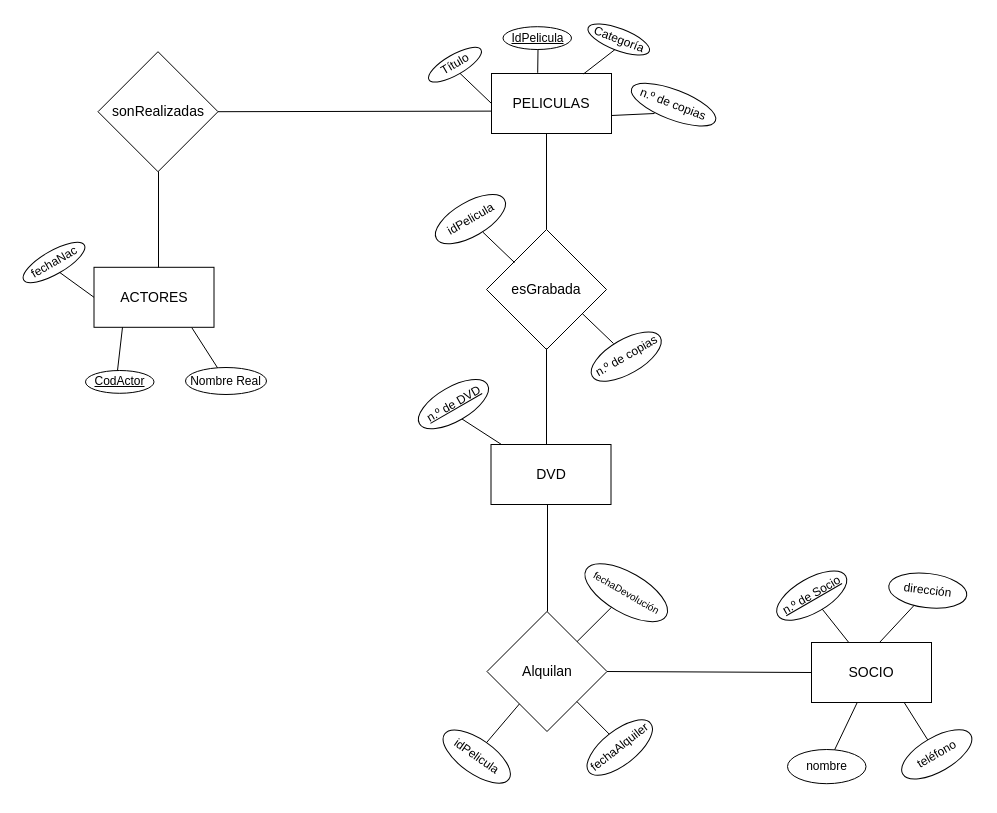
The draw.io diagram BBDD/T2-Normalizacion/Imágenes/modeloER.drawio in jmnoriegav01/Practica1, before the edit. Source tidied: cells renumbered, new cells numbered last; positions are measured from the earlier drawing's top-left corner, leaving out a move shared by most shapes. Both pictures are drawn from the tidied source at 100%, with x=0, y=0 at pixel (18, 26).
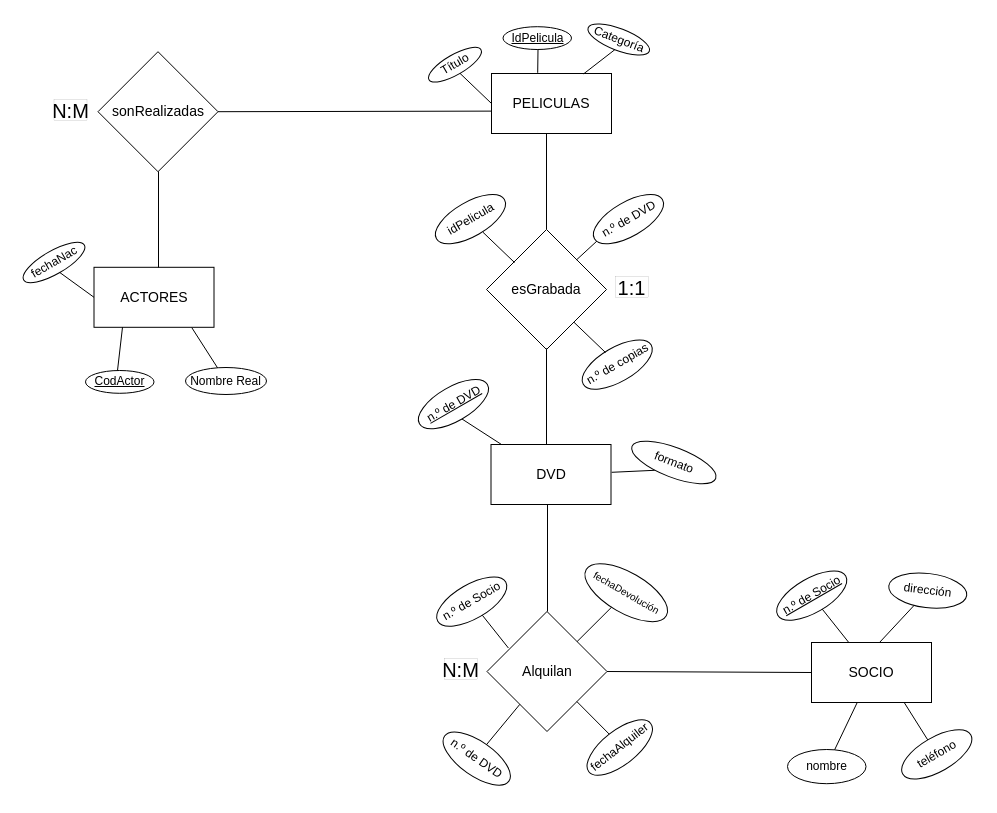
After the change.

Diff of the diagram source:
```diff
@@
-    <mxCell id="6" value="n.º de copias&lt;br&gt;" style="ellipse;whiteSpace=wrap;html=1;rotation=21;" parent="1" vertex="1">
-      <mxGeometry x="610.2" y="63.2" width="89.7" height="29.9" as="geometry" />
-    </mxCell>
@@
-    <mxCell id="10" style="endArrow=none;html=1;rounded=0;exitX=0;exitY=0.5;exitDx=0;exitDy=0;" parent="1" edge="1">
-      <mxGeometry relative="1" as="geometry">
-        <mxPoint x="636" y="87" as="sourcePoint" />
-        <mxPoint x="593" y="89" as="targetPoint" />
-      </mxGeometry>
-    </mxCell>
@@
     <mxCell id="18" value="&lt;br&gt;n.º de copias&lt;br&gt;&lt;br&gt;" style="ellipse;whiteSpace=wrap;html=1;rotation=-30;" parent="1" vertex="1">
-      <mxGeometry x="568.5" y="313" width="78.5" height="34.2" as="geometry" />
+      <mxGeometry x="559.5" y="321" width="78.5" height="34.2" as="geometry" />
     </mxCell>
@@
     <mxCell id="20" style="endArrow=none;html=1;rounded=0;entryX=0.5;entryY=1;entryDx=0;entryDy=0;exitX=0;exitY=0.5;exitDx=0;exitDy=0;" parent="1" edge="1">
       <mxGeometry relative="1" as="geometry">
-        <mxPoint x="595" y="317" as="sourcePoint" />
-        <mxPoint x="563.5" y="286.8" as="targetPoint" />
+        <mxPoint x="587" y="326" as="sourcePoint" />
+        <mxPoint x="555.5" y="295.8" as="targetPoint" />
       </mxGeometry>
     </mxCell>
@@
-    <mxCell id="33" value="idPelicula&lt;br&gt;" style="ellipse;whiteSpace=wrap;html=1;rotation=35;" parent="1" vertex="1">
-      <mxGeometry x="419" y="713" width="78.5" height="34.2" as="geometry" />
+    <mxCell id="33" value="&lt;br&gt;n.º de DVD&lt;br&gt;&lt;br&gt;" style="ellipse;whiteSpace=wrap;html=1;rotation=35;" parent="1" vertex="1">
+      <mxGeometry x="419" y="715" width="78.5" height="34.2" as="geometry" />
     </mxCell>
@@
+    <mxCell id="49" value="&lt;font style=&quot;font-size: 20px;&quot;&gt;1:1&lt;/font&gt;&lt;br&gt;" style="rounded=0;whiteSpace=wrap;html=1;strokeWidth=0;" parent="1" vertex="1">
+      <mxGeometry x="597" y="250.3" width="33" height="20.7" as="geometry" />
+    </mxCell>
+    <mxCell id="50" value="&lt;br&gt;formato&lt;br&gt;&lt;br&gt;" style="ellipse;whiteSpace=wrap;html=1;rotation=21;" parent="1" vertex="1">
+      <mxGeometry x="610.5" y="421" width="89.7" height="29.9" as="geometry" />
+    </mxCell>
+    <mxCell id="51" style="endArrow=none;html=1;rounded=0;exitX=0;exitY=0.5;exitDx=0;exitDy=0;" parent="1" edge="1">
+      <mxGeometry relative="1" as="geometry">
+        <mxPoint x="636.2" y="443.8" as="sourcePoint" />
+        <mxPoint x="593.2" y="445.8" as="targetPoint" />
+      </mxGeometry>
+    </mxCell>
+    <mxCell id="52" value="&lt;span&gt;&lt;br&gt;n.º de Socio&lt;br&gt;&lt;/span&gt;&lt;br&gt;" style="ellipse;whiteSpace=wrap;html=1;rotation=-30;fontStyle=0;" parent="1" vertex="1">
+      <mxGeometry x="414" y="558" width="78.5" height="34.2" as="geometry" />
+    </mxCell>
+    <mxCell id="53" style="endArrow=none;html=1;rounded=0;fontSize=14;exitX=0.316;exitY=0.025;exitDx=0;exitDy=0;exitPerimeter=0;" parent="1" edge="1" target="52">
+      <mxGeometry relative="1" as="geometry">
+        <mxPoint x="489.9" y="621.5" as="sourcePoint" />
+      </mxGeometry>
+    </mxCell>
+    <mxCell id="54" value="&lt;span style=&quot;font-size: 20px;&quot;&gt;N:M&lt;/span&gt;&lt;br&gt;" style="rounded=0;whiteSpace=wrap;html=1;strokeWidth=0;" parent="1" vertex="1">
+      <mxGeometry x="426" y="632.3" width="33" height="20.7" as="geometry" />
+    </mxCell>
+    <mxCell id="55" style="endArrow=none;html=1;rounded=0;entryX=0.5;entryY=1;entryDx=0;entryDy=0;" parent="1" edge="1">
+      <mxGeometry relative="1" as="geometry">
+        <mxPoint x="558.2" y="233.2" as="sourcePoint" />
+        <mxPoint x="589" y="204.8" as="targetPoint" />
+      </mxGeometry>
+    </mxCell>
+    <mxCell id="56" value="&lt;br&gt;n.º de DVD&lt;br&gt;&lt;br&gt;" style="ellipse;whiteSpace=wrap;html=1;rotation=-30;" parent="1" vertex="1">
+      <mxGeometry x="570.7" y="175.6" width="78.5" height="34.2" as="geometry" />
+    </mxCell>
+    <mxCell id="57" value="&lt;span style=&quot;font-size: 20px;&quot;&gt;N:M&lt;/span&gt;&lt;br&gt;" style="rounded=0;whiteSpace=wrap;html=1;strokeWidth=0;" parent="1" vertex="1">
+      <mxGeometry x="35.5" y="73.3" width="33" height="20.7" as="geometry" />
+    </mxCell>
```
